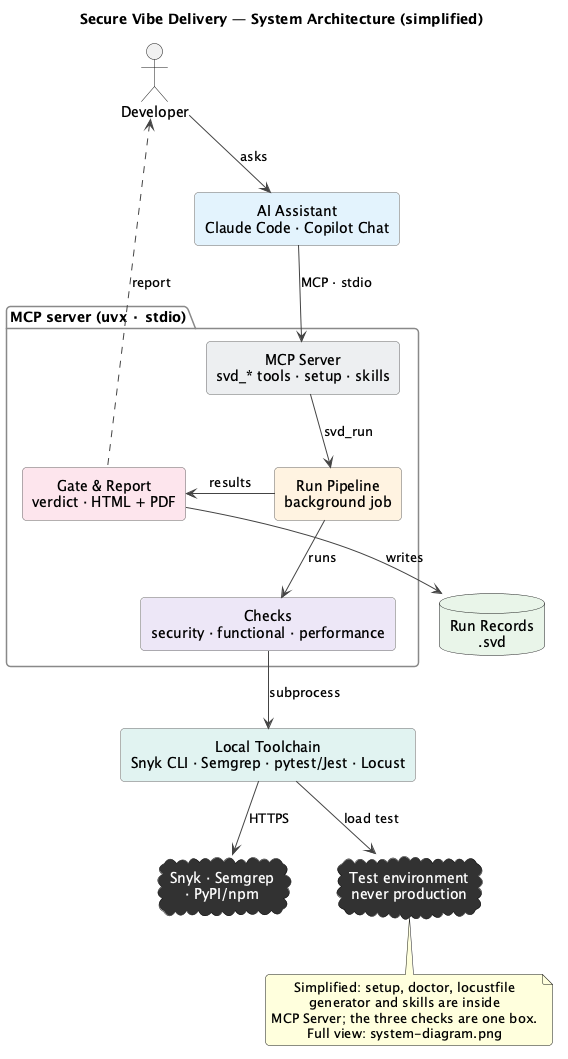
Before: docs/architecture/system-diagram-simple.png, a diagram exported from PlantUML (t-labs-buy/secure-vibe-delivery). Its diagram source:
```plantuml
@startuml system-diagram-simple
title Secure Vibe Delivery — System Architecture (simplified)

skinparam backgroundColor #FFFFFF
skinparam defaultTextAlignment center
skinparam shadowing false
skinparam roundcorner 8
skinparam nodesep 45
skinparam ranksep 55
skinparam rectangle {
  BorderColor #666666
}
skinparam cloud {
  BackgroundColor #333333
  FontColor #FFFFFF
  BorderColor #111111
}
skinparam package {
  BorderColor #888888
  FontStyle bold
}
skinparam ArrowColor #444444

actor "Developer" as User
rectangle "AI Assistant\nClaude Code · Copilot Chat" as AST #E3F2FD

package "MCP server (uvx · stdio)" {
  rectangle "MCP Server\nsvd_* tools · setup · skills" as MCP #ECEFF1
  rectangle "Run Pipeline\nbackground job" as PIPE #FFF3E0
  rectangle "Checks\nsecurity · functional · performance" as CHK #EDE7F6
  rectangle "Gate & Report\nverdict · HTML + PDF" as GR #FCE4EC
}

rectangle "Local Toolchain\nSnyk CLI · Semgrep · pytest/Jest · Locust" as TOOLS #E0F2F1
database "Run Records\n.svd" as RUNS #E8F5E9

cloud "Snyk · Semgrep\n· PyPI/npm" as CLOUD
cloud "Test environment\nnever production" as TEST

User -down-> AST : asks
AST -down-> MCP : MCP · stdio
MCP -down-> PIPE : svd_run
PIPE -down-> CHK : runs
CHK -down-> TOOLS : subprocess
TOOLS -down-> CLOUD : HTTPS
TOOLS -down-> TEST : load test
PIPE -right-> GR : results
GR -down-> RUNS : writes
GR .up.> User : report

note bottom of TEST
  Simplified: setup, doctor, locustfile
  generator and skills are inside
  MCP Server; the three checks are one box.
  Full view: system-diagram.png
end note

@enduml
```
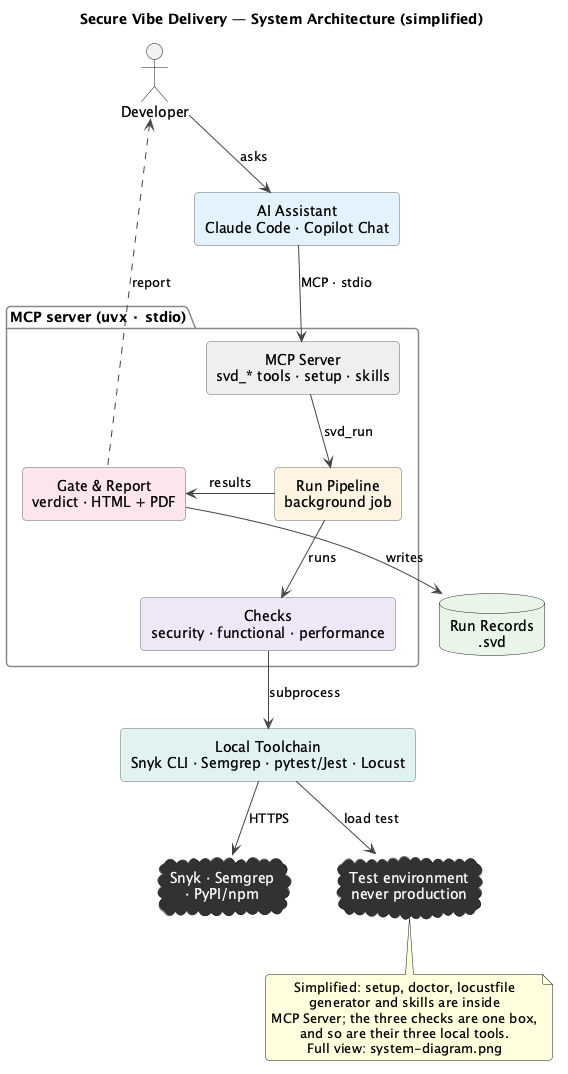
The same diagram one commit later.

Commit message:
Docs: diagrams show each check's own local tool

Change to the diagram source:
```diff
@@ -51,7 +51,8 @@
 note bottom of TEST
   Simplified: setup, doctor, locustfile
   generator and skills are inside
-  MCP Server; the three checks are one box.
+  MCP Server; the three checks are one box,
+  and so are their three local tools.
   Full view: system-diagram.png
 end note
 
```
